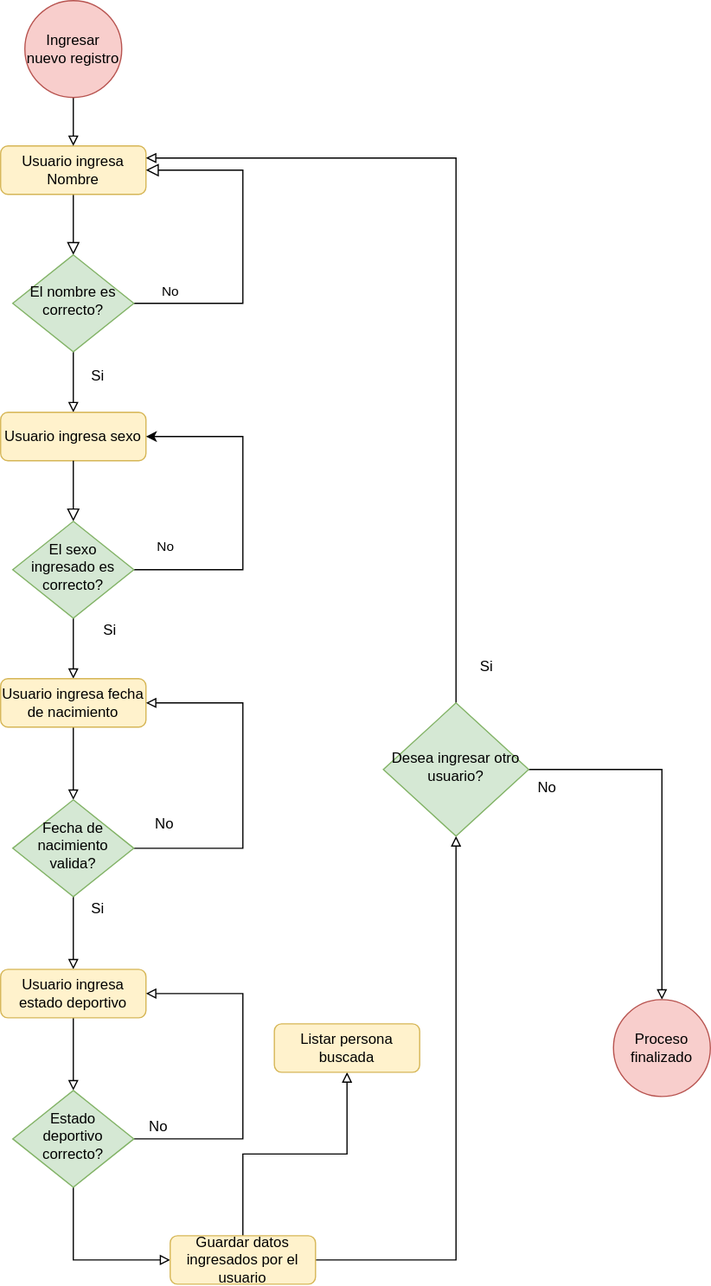
Before: DiagFlujoIngresarPersona.svg, a diagram exported from draw.io (MaxIbanez/Taller1P1_MI_JC). Source tidied: cells renumbered, new cells last; positions are measured from the earlier drawing's top-left corner, leaving out a move shared by most shapes.
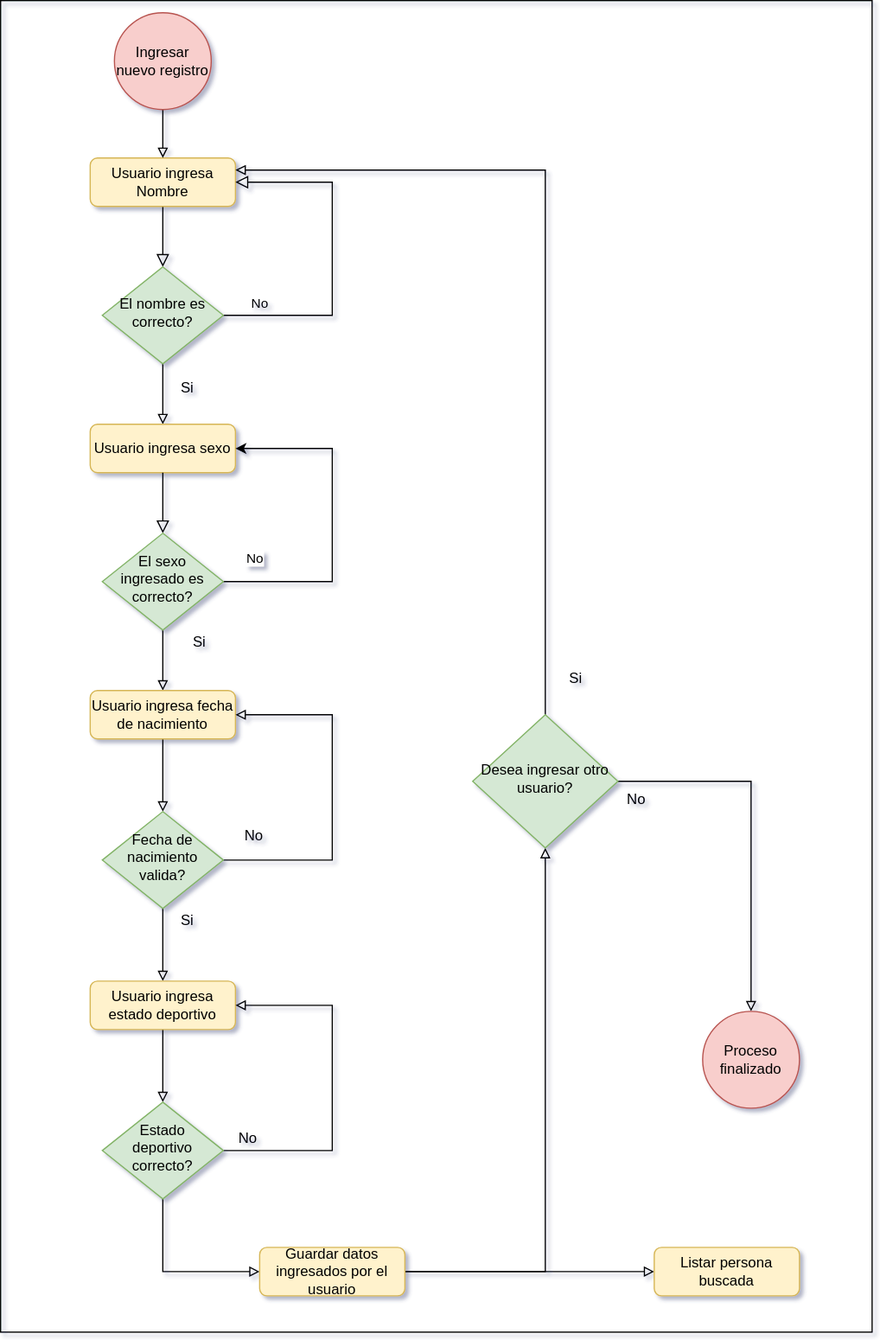
Above is the later version.

The edit, as a diff of the source:
```diff
@@ -1,4 +1,4 @@
-<mxGraphModel background="#ffffff">
+<mxGraphModel background="#ffffff" shadow="1">
   <root>
     <mxCell id="0" />
     <mxCell id="1" parent="0" />
@@ -148,7 +148,10 @@
       <mxGeometry x="506" y="825" width="80" height="80" as="geometry" />
     </mxCell>
     <mxCell id="39" value="Listar persona buscada" style="rounded=1;whiteSpace=wrap;html=1;fontSize=12;glass=0;strokeWidth=1;shadow=0;fillColor=#fff2cc;strokeColor=#d6b656;" parent="1" vertex="1">
-      <mxGeometry x="226" y="845" width="120" height="40" as="geometry" />
+      <mxGeometry x="466" y="1020" width="120" height="40" as="geometry" />
     </mxCell>
+    <mxCell id="40" style="rounded=0;whiteSpace=wrap;html=1;fillColor=none;" parent="1" vertex="1">
+      <mxGeometry x="-74" y="-10" width="720" height="1100" as="geometry" />
+    </mxCell>
   </root>
 </mxGraphModel>
```
